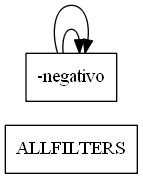
This is all_filter_report.png from elimazariegos/EDD_2S2019_PY1_201709426, a Graphviz export, as it was before one commit. Its source is kept beside it as all_filter_report.dot.
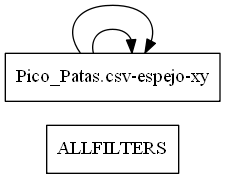
Above is the later version.

What changed in the source:
```diff
@@ -1,7 +1,7 @@
 digraph Grafica{
 rankdir=LR;
 node[shape=box]
-ALLFILTERS [with=1.5];filter0[label = "-negativo"]
+ALLFILTERS [with=1.5];filter0[label = "Pico_Patas.csv-espejo-xy"]
 
 filter0 -> filter0
 filter0 -> filter0
```
